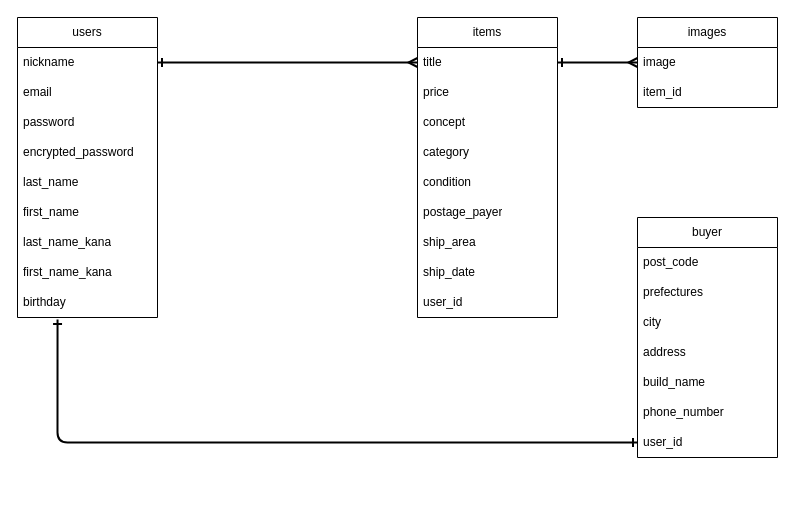
nobuyuki-hirai/furima-38643 keeps this draw.io diagram as er.dio. Above is the earlier version. Source tidied: cells renumbered, new cells numbered last; positions are measured from the earlier drawing's top-left corner, leaving out a move shared by most shapes. Both pictures are drawn from the tidied source at 100%, with x=0, y=0 at pixel (17, 17).
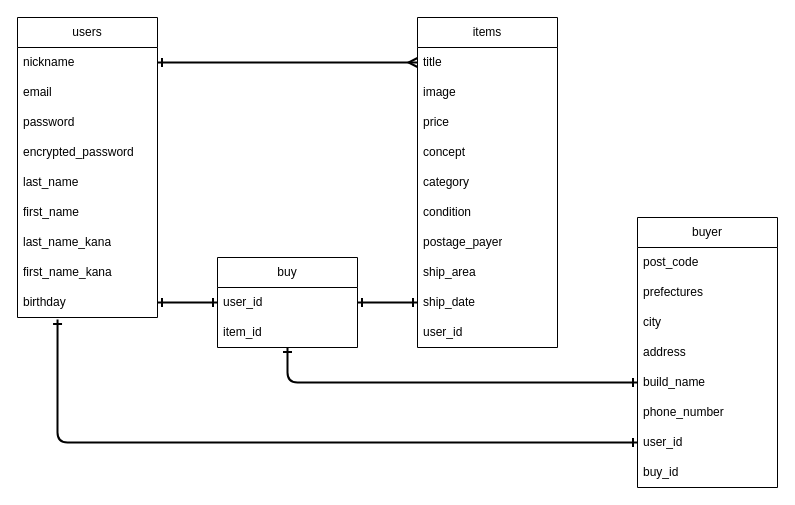
Above is the later version.

Commit message (it also covers changes not shown here):
データベースの修正

Unchanged cells that the change refers to:
```xml
<mxCell id="11" value="birthday" style="text;strokeColor=none;fillColor=none;align=left;verticalAlign=middle;spacingLeft=4;spacingRight=4;overflow=hidden;points=[[0,0.5],[1,0.5]];portConstraint=eastwest;whiteSpace=wrap;html=1;" parent="2" vertex="1">
  <mxGeometry y="270" width="140" height="30" as="geometry" />
</mxCell>
<mxCell id="13" value="title" style="text;strokeColor=none;fillColor=none;align=left;verticalAlign=middle;spacingLeft=4;spacingRight=4;overflow=hidden;points=[[0,0.5],[1,0.5]];portConstraint=eastwest;whiteSpace=wrap;html=1;" parent="12" vertex="1">
  <mxGeometry y="30" width="140" height="30" as="geometry" />
</mxCell>
<mxCell id="30" value="build_name" style="text;strokeColor=none;fillColor=none;align=left;verticalAlign=middle;spacingLeft=4;spacingRight=4;overflow=hidden;points=[[0,0.5],[1,0.5]];portConstraint=eastwest;whiteSpace=wrap;html=1;" parent="25" vertex="1">
  <mxGeometry y="150" width="140" height="30" as="geometry" />
</mxCell>
```

Change to the diagram source:
```diff
@@
     <mxCell id="12" value="items" style="swimlane;fontStyle=0;horizontal=1;startSize=30;whiteSpace=wrap;html=1;" parent="1" vertex="1">
-      <mxGeometry x="400" width="140" height="300" as="geometry" />
+      <mxGeometry x="400" width="140" height="330" as="geometry" />
     </mxCell>
@@
-    <mxCell id="14" value="price" style="text;strokeColor=none;fillColor=none;align=left;verticalAlign=middle;spacingLeft=4;spacingRight=4;overflow=hidden;whiteSpace=wrap;html=1;" parent="12" vertex="1">
+    <mxCell id="14" value="image" style="text;strokeColor=none;fillColor=none;align=left;verticalAlign=middle;spacingLeft=4;spacingRight=4;overflow=hidden;whiteSpace=wrap;html=1;" parent="12" vertex="1">
       <mxGeometry y="60" width="140" height="30" as="geometry" />
     </mxCell>
-    <mxCell id="15" value="concept" style="text;strokeColor=none;fillColor=none;align=left;verticalAlign=middle;spacingLeft=4;spacingRight=4;overflow=hidden;whiteSpace=wrap;html=1;" parent="12" vertex="1">
+    <mxCell id="15" value="price" style="text;strokeColor=none;fillColor=none;align=left;verticalAlign=middle;spacingLeft=4;spacingRight=4;overflow=hidden;whiteSpace=wrap;html=1;" parent="12" vertex="1">
       <mxGeometry y="90" width="140" height="30" as="geometry" />
     </mxCell>
-    <mxCell id="16" value="category" style="text;strokeColor=none;fillColor=none;align=left;verticalAlign=middle;spacingLeft=4;spacingRight=4;overflow=hidden;whiteSpace=wrap;html=1;" parent="12" vertex="1">
+    <mxCell id="16" value="concept" style="text;strokeColor=none;fillColor=none;align=left;verticalAlign=middle;spacingLeft=4;spacingRight=4;overflow=hidden;whiteSpace=wrap;html=1;" parent="12" vertex="1">
       <mxGeometry y="120" width="140" height="30" as="geometry" />
     </mxCell>
-    <mxCell id="17" value="condition" style="text;strokeColor=none;fillColor=none;align=left;verticalAlign=middle;spacingLeft=4;spacingRight=4;overflow=hidden;whiteSpace=wrap;html=1;" parent="12" vertex="1">
+    <mxCell id="17" value="category" style="text;strokeColor=none;fillColor=none;align=left;verticalAlign=middle;spacingLeft=4;spacingRight=4;overflow=hidden;whiteSpace=wrap;html=1;" parent="12" vertex="1">
       <mxGeometry y="150" width="140" height="30" as="geometry" />
     </mxCell>
-    <mxCell id="18" value="postage_payer" style="text;strokeColor=none;fillColor=none;align=left;verticalAlign=middle;spacingLeft=4;spacingRight=4;overflow=hidden;whiteSpace=wrap;html=1;" parent="12" vertex="1">
+    <mxCell id="18" value="condition" style="text;strokeColor=none;fillColor=none;align=left;verticalAlign=middle;spacingLeft=4;spacingRight=4;overflow=hidden;whiteSpace=wrap;html=1;" parent="12" vertex="1">
       <mxGeometry y="180" width="140" height="30" as="geometry" />
     </mxCell>
-    <mxCell id="19" value="ship_area" style="text;strokeColor=none;fillColor=none;align=left;verticalAlign=middle;spacingLeft=4;spacingRight=4;overflow=hidden;whiteSpace=wrap;html=1;" parent="12" vertex="1">
+    <mxCell id="19" value="postage_payer" style="text;strokeColor=none;fillColor=none;align=left;verticalAlign=middle;spacingLeft=4;spacingRight=4;overflow=hidden;whiteSpace=wrap;html=1;" parent="12" vertex="1">
       <mxGeometry y="210" width="140" height="30" as="geometry" />
     </mxCell>
-    <mxCell id="20" value="ship_date" style="text;strokeColor=none;fillColor=none;align=left;verticalAlign=middle;spacingLeft=4;spacingRight=4;overflow=hidden;whiteSpace=wrap;html=1;" parent="12" vertex="1">
+    <mxCell id="20" value="ship_area" style="text;strokeColor=none;fillColor=none;align=left;verticalAlign=middle;spacingLeft=4;spacingRight=4;overflow=hidden;whiteSpace=wrap;html=1;" parent="12" vertex="1">
       <mxGeometry y="240" width="140" height="30" as="geometry" />
     </mxCell>
-    <mxCell id="21" value="user_id" style="text;strokeColor=none;fillColor=none;align=left;verticalAlign=middle;spacingLeft=4;spacingRight=4;overflow=hidden;points=[[0,0.5],[1,0.5]];portConstraint=eastwest;whiteSpace=wrap;html=1;" parent="12" vertex="1">
+    <mxCell id="21" value="ship_date" style="text;strokeColor=none;fillColor=none;align=left;verticalAlign=middle;spacingLeft=4;spacingRight=4;overflow=hidden;points=[[0,0.5],[1,0.5]];portConstraint=eastwest;whiteSpace=wrap;html=1;" parent="12" vertex="1">
       <mxGeometry y="270" width="140" height="30" as="geometry" />
     </mxCell>
-    <mxCell id="22" value="images" style="swimlane;fontStyle=0;horizontal=1;startSize=30;whiteSpace=wrap;html=1;" parent="1" vertex="1">
-      <mxGeometry x="620" width="140" height="90" as="geometry" />
-    </mxCell>
-    <mxCell id="23" value="image" style="text;strokeColor=none;fillColor=none;align=left;verticalAlign=middle;spacingLeft=4;spacingRight=4;overflow=hidden;points=[[0,0.5],[1,0.5]];portConstraint=eastwest;whiteSpace=wrap;html=1;" parent="22" vertex="1">
-      <mxGeometry y="30" width="140" height="30" as="geometry" />
-    </mxCell>
-    <mxCell id="24" value="item_id" style="text;strokeColor=none;fillColor=none;align=left;verticalAlign=middle;spacingLeft=4;spacingRight=4;overflow=hidden;whiteSpace=wrap;html=1;" parent="22" vertex="1">
-      <mxGeometry y="60" width="140" height="30" as="geometry" />
-    </mxCell>
+    <mxCell id="36" value="user_id" style="text;strokeColor=none;fillColor=none;align=left;verticalAlign=middle;spacingLeft=4;spacingRight=4;overflow=hidden;whiteSpace=wrap;html=1;" parent="12" vertex="1">
+      <mxGeometry y="300" width="140" height="30" as="geometry" />
+    </mxCell>
     <mxCell id="25" value="buyer" style="swimlane;fontStyle=0;horizontal=1;startSize=30;whiteSpace=wrap;html=1;" parent="1" vertex="1">
-      <mxGeometry x="620" y="200" width="140" height="240" as="geometry" />
+      <mxGeometry x="620" y="200" width="140" height="270" as="geometry" />
     </mxCell>
@@
+    <mxCell id="37" value="buy_id" style="text;strokeColor=none;fillColor=none;align=left;verticalAlign=middle;spacingLeft=4;spacingRight=4;overflow=hidden;whiteSpace=wrap;html=1;" parent="25" vertex="1">
+      <mxGeometry y="240" width="140" height="30" as="geometry" />
+    </mxCell>
@@
-    <mxCell id="35" style="edgeStyle=none;html=1;exitX=1;exitY=0.5;exitDx=0;exitDy=0;entryX=0;entryY=0.5;entryDx=0;entryDy=0;strokeWidth=2;startArrow=ERone;startFill=0;endArrow=ERmany;endFill=0;" parent="1" edge="1" source="13" target="23">
-      <mxGeometry relative="1" as="geometry" />
-    </mxCell>
+    <mxCell id="38" value="buy" style="swimlane;fontStyle=0;horizontal=1;startSize=30;whiteSpace=wrap;html=1;" parent="1" vertex="1">
+      <mxGeometry x="200" y="240" width="140" height="90" as="geometry" />
+    </mxCell>
+    <mxCell id="39" value="user_id" style="text;strokeColor=none;fillColor=none;align=left;verticalAlign=middle;spacingLeft=4;spacingRight=4;overflow=hidden;points=[[0,0.5],[1,0.5]];portConstraint=eastwest;whiteSpace=wrap;html=1;" parent="38" vertex="1">
+      <mxGeometry y="30" width="140" height="30" as="geometry" />
+    </mxCell>
+    <mxCell id="24" value="item_id" style="text;strokeColor=none;fillColor=none;align=left;verticalAlign=middle;spacingLeft=4;spacingRight=4;overflow=hidden;whiteSpace=wrap;html=1;" parent="38" vertex="1">
+      <mxGeometry y="60" width="140" height="30" as="geometry" />
+    </mxCell>
+    <mxCell id="40" style="edgeStyle=none;html=1;exitX=0;exitY=0.5;exitDx=0;exitDy=0;entryX=1;entryY=0.5;entryDx=0;entryDy=0;strokeWidth=2;startArrow=ERone;startFill=0;endArrow=ERone;endFill=0;" parent="1" edge="1" source="39" target="11">
+      <mxGeometry relative="1" as="geometry" />
+    </mxCell>
+    <mxCell id="41" style="edgeStyle=none;html=1;exitX=1;exitY=0.5;exitDx=0;exitDy=0;entryX=0;entryY=0.5;entryDx=0;entryDy=0;strokeWidth=2;startArrow=ERone;startFill=0;endArrow=ERone;endFill=0;" parent="1" edge="1" source="39" target="21">
+      <mxGeometry relative="1" as="geometry" />
+    </mxCell>
+    <mxCell id="42" style="edgeStyle=none;html=1;strokeWidth=2;startArrow=ERone;startFill=0;endArrow=ERone;endFill=0;exitX=0;exitY=0.5;exitDx=0;exitDy=0;" parent="1" edge="1" source="30">
+      <mxGeometry relative="1" as="geometry">
+        <mxPoint x="270" y="330" as="targetPoint" />
+        <Array as="points">
+          <mxPoint x="270" y="365" />
+        </Array>
+      </mxGeometry>
+    </mxCell>
```
